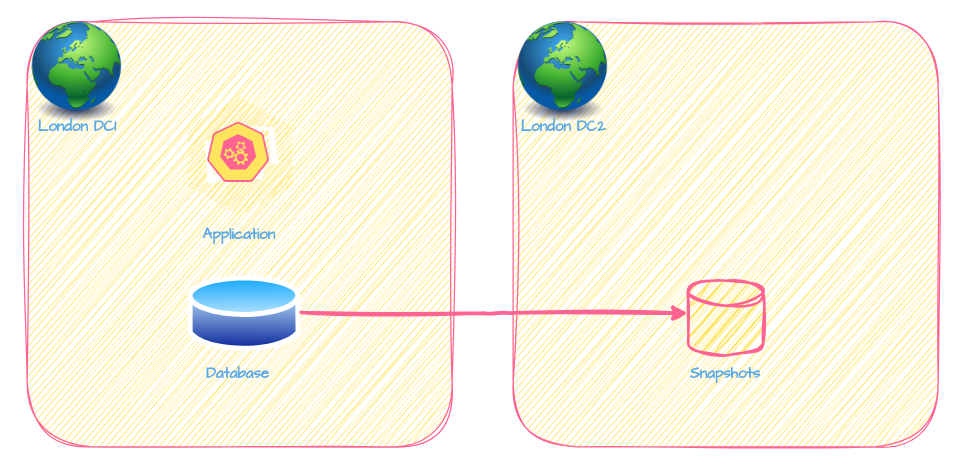
Earlier version of the draw.io diagram Untitled Diagram.drawio (Debapriya-dev/Architecture-as-Service). Source tidied: cells renumbered, new cells numbered last; positions are measured from the earlier drawing's top-left corner, leaving out a move shared by most shapes. Both pictures are drawn from the tidied source at 125%, with x=0, y=0 at pixel (20, 21).
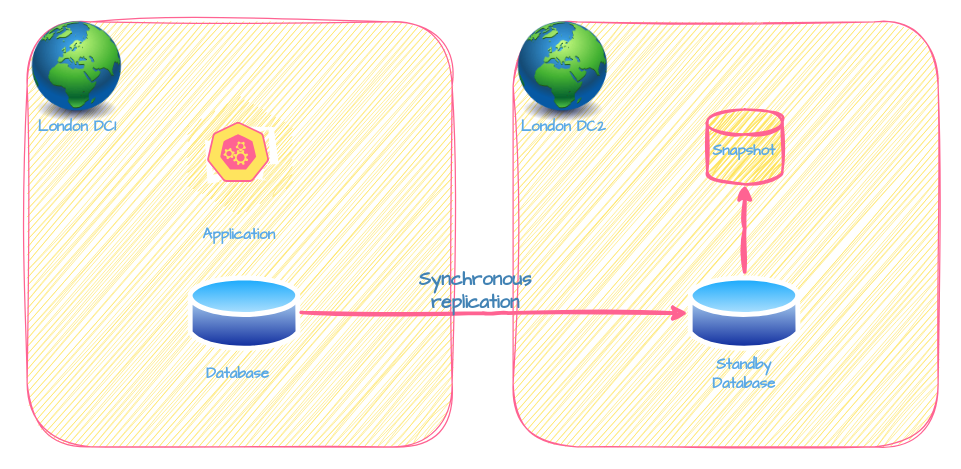
Above is the later version.

The edit, as a diff of the source:
```diff
@@
 <mxGraphModel>
   <root>
     <mxCell id="0" />
     <mxCell id="1" parent="0" />
     <mxCell id="2" value="&lt;b&gt;&lt;font face=&quot;Comic Sans MS&quot;&gt;Application&lt;/font&gt;&lt;/b&gt;" style="whiteSpace=wrap;html=1;comic=1;jiggle=2;sketch=1;curveFitting=1;labelBackgroundColor=none;fillColor=#FFE45E;strokeColor=#FF6392;fontColor=#5AA9E6;rounded=1;" parent="1" vertex="1">
       <mxGeometry x="5.2" width="340" height="340" as="geometry" />
     </mxCell>
     <mxCell id="3" style="image;html=1;image=img/lib/clip_art/general/Earth_globe_128x128.png;comic=1;jiggle=2;sketch=1;curveFitting=1;labelBackgroundColor=none;fillColor=#FFE45E;strokeColor=#FF6392;fontColor=#5AA9E6;rounded=1;" parent="1" vertex="1">
       <mxGeometry x="5.2" width="80" height="80" as="geometry" />
     </mxCell>
     <mxCell id="4" value="&lt;b&gt;London DC1&lt;/b&gt;" style="text;html=1;align=center;verticalAlign=middle;strokeColor=none;fillColor=none;comic=1;jiggle=2;fontFamily=Comic Sans MS;sketch=1;curveFitting=1;labelBackgroundColor=none;fontColor=#5AA9E6;rounded=1;" parent="1" vertex="1">
       <mxGeometry x="0.2" y="70" width="90" height="30" as="geometry" />
     </mxCell>
     <mxCell id="5" style="dashed=0;verticalLabelPosition=bottom;verticalAlign=top;align=center;html=1;shape=mxgraph.aws3.workspaces;fillColor=#FFE45E;gradientDirection=north;comic=1;jiggle=2;sketch=1;curveFitting=1;labelBackgroundColor=none;strokeColor=#FF6392;fontColor=#5AA9E6;rounded=1;" parent="1" vertex="1">
       <mxGeometry x="134" y="60" width="82.5" height="94.5" as="geometry" />
     </mxCell>
     <mxCell id="6" style="image;perimeter=ellipsePerimeter;html=1;align=center;shadow=0;dashed=0;spacingTop=3;image=img/lib/active_directory/database.svg;comic=1;jiggle=2;sketch=1;curveFitting=1;labelBackgroundColor=none;fillColor=#FFE45E;strokeColor=#FF6392;fontColor=#5AA9E6;rounded=1;" parent="1" vertex="1">
       <mxGeometry x="134" y="200" width="90.5" height="67" as="geometry" />
     </mxCell>
     <mxCell id="7" value="Database" style="text;html=1;align=center;verticalAlign=middle;whiteSpace=wrap;rounded=1;fontStyle=1;comic=1;jiggle=2;fontFamily=Comic Sans MS;sketch=1;curveFitting=1;labelBackgroundColor=none;fontColor=#5AA9E6;" parent="1" vertex="1">
       <mxGeometry x="144" y="267" width="60" height="30" as="geometry" />
     </mxCell>
     <mxCell id="8" style="whiteSpace=wrap;html=1;comic=1;jiggle=2;sketch=1;curveFitting=1;labelBackgroundColor=none;fillColor=#FFE45E;strokeColor=#FF6392;fontColor=#5AA9E6;rounded=1;" parent="1" vertex="1">
       <mxGeometry x="394" width="340" height="340" as="geometry" />
     </mxCell>
     <mxCell id="9" style="image;html=1;image=img/lib/clip_art/general/Earth_globe_128x128.png;comic=1;jiggle=2;sketch=1;curveFitting=1;labelBackgroundColor=none;fillColor=#FFE45E;strokeColor=#FF6392;fontColor=#5AA9E6;rounded=1;" parent="1" vertex="1">
       <mxGeometry x="394" width="80" height="80" as="geometry" />
     </mxCell>
     <mxCell id="10" value="&lt;b&gt;London DC2&lt;/b&gt;" style="text;html=1;align=center;verticalAlign=middle;strokeColor=none;fillColor=none;comic=1;jiggle=2;fontFamily=Comic Sans MS;sketch=1;curveFitting=1;labelBackgroundColor=none;fontColor=#5AA9E6;rounded=1;" parent="1" vertex="1">
       <mxGeometry x="389" y="70" width="90" height="30" as="geometry" />
     </mxCell>
-    <mxCell id="11" style="strokeWidth=2;html=1;shape=mxgraph.flowchart.database;whiteSpace=wrap;comic=1;jiggle=2;sketch=1;curveFitting=1;labelBackgroundColor=none;fillColor=#FFE45E;strokeColor=#FF6392;fontColor=#5AA9E6;rounded=1;" parent="1" vertex="1">
-      <mxGeometry x="534" y="207" width="60" height="60" as="geometry" />
-    </mxCell>
     <mxCell id="12" style="edgeStyle=orthogonalEdgeStyle;rounded=1;orthogonalLoop=1;jettySize=auto;html=1;comic=1;sketch=1;curveFitting=1;jiggle=2;labelBackgroundColor=none;strokeColor=#FF6392;fontColor=default;strokeWidth=3;" parent="1" edge="1">
       <mxGeometry relative="1" as="geometry">
         <mxPoint x="224.5" y="232.5" as="sourcePoint" />
         <mxPoint x="534" y="233" as="targetPoint" />
       </mxGeometry>
     </mxCell>
-    <mxCell id="13" value="Snapshots" style="text;html=1;align=center;verticalAlign=middle;whiteSpace=wrap;rounded=1;fontStyle=1;fontFamily=Comic Sans MS;sketch=1;curveFitting=1;jiggle=2;labelBackgroundColor=none;fontColor=#5AA9E6;" parent="1" vertex="1">
-      <mxGeometry x="534" y="267" width="60" height="30" as="geometry" />
+    <mxCell id="13" value="Standby Database" style="text;html=1;align=center;verticalAlign=middle;whiteSpace=wrap;rounded=1;fontStyle=1;fontFamily=Comic Sans MS;sketch=1;curveFitting=1;jiggle=2;labelBackgroundColor=none;fontColor=#5AA9E6;" parent="1" vertex="1">
+      <mxGeometry x="549.3" y="267" width="60" height="30" as="geometry" />
     </mxCell>
     <mxCell id="14" style="sketch=0;html=1;dashed=0;whitespace=wrap;fillColor=#FFE45E;strokeColor=#FF6392;shape=mxgraph.kubernetes.icon2;prIcon=api;rounded=1;hachureGap=4;jiggle=2;curveFitting=1;fontFamily=Architects Daughter;fontColor=#5AA9E6;labelBackgroundColor=none;" parent="1" vertex="1">
       <mxGeometry x="149" y="80" width="50" height="48" as="geometry" />
     </mxCell>
+    <mxCell id="15" style="edgeStyle=orthogonalEdgeStyle;rounded=0;sketch=1;hachureGap=4;jiggle=2;curveFitting=1;jettySize=auto;html=1;strokeColor=#FF6392;fontFamily=Architects Daughter;fontColor=#5AA9E6;fillColor=#FFE45E;strokeWidth=3;" parent="1" edge="1" source="16" target="18">
+      <mxGeometry relative="1" as="geometry" />
+    </mxCell>
+    <mxCell id="16" style="image;perimeter=ellipsePerimeter;html=1;align=center;shadow=0;dashed=0;spacingTop=3;image=img/lib/active_directory/database.svg;comic=1;jiggle=2;sketch=1;curveFitting=1;labelBackgroundColor=none;fillColor=#FFE45E;strokeColor=#FF6392;fontColor=#5AA9E6;rounded=1;" parent="1" vertex="1">
+      <mxGeometry x="534" y="200" width="90.5" height="67" as="geometry" />
+    </mxCell>
+    <mxCell id="17" value="Synchronous replication" style="text;html=1;align=center;verticalAlign=middle;whiteSpace=wrap;rounded=0;fontFamily=Architects Daughter;fontColor=#4182b4;fontStyle=1;fontSize=15;" parent="1" vertex="1">
+      <mxGeometry x="334" y="200" width="60" height="30" as="geometry" />
+    </mxCell>
+    <mxCell id="18" style="strokeWidth=2;html=1;shape=mxgraph.flowchart.database;whiteSpace=wrap;sketch=1;hachureGap=4;jiggle=2;curveFitting=1;strokeColor=#FF6392;fontFamily=Architects Daughter;fontColor=#5AA9E6;fillColor=#FFE45E;" parent="1" vertex="1">
+      <mxGeometry x="549.3" y="70" width="60" height="60" as="geometry" />
+    </mxCell>
+    <mxCell id="19" value="Snapshot" style="text;html=1;align=center;verticalAlign=middle;whiteSpace=wrap;rounded=1;fontStyle=1;fontFamily=Comic Sans MS;sketch=1;curveFitting=1;jiggle=2;labelBackgroundColor=none;fontColor=#5AA9E6;" parent="1" vertex="1">
+      <mxGeometry x="549.3" y="89" width="60" height="30" as="geometry" />
+    </mxCell>
   </root>
 </mxGraphModel>
```
